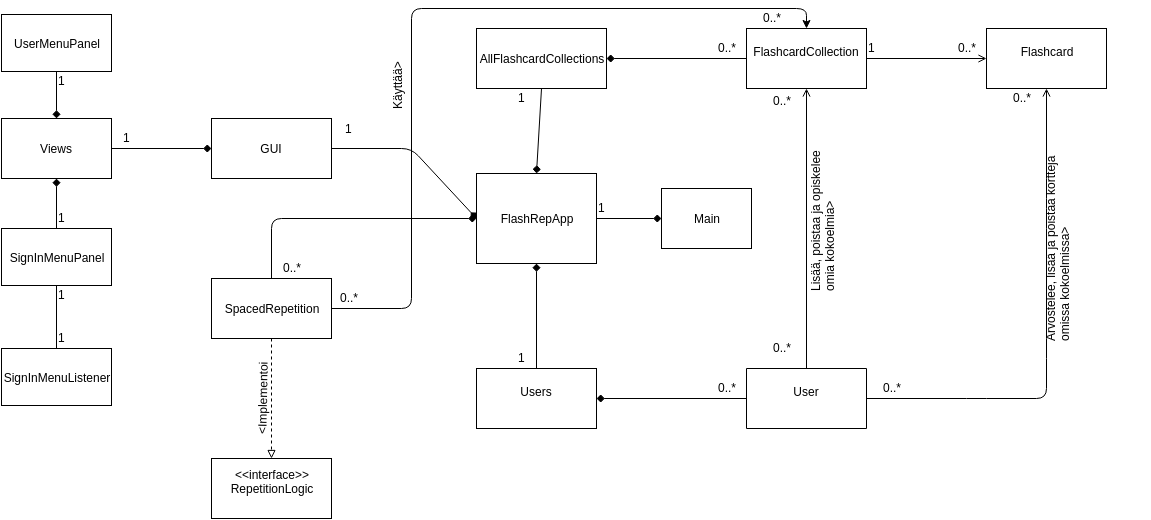
Before: dokumentaatio/MaarittelyvaiheenLuokkakaavio.png, a diagram exported from draw.io (RIR/FlashRep). Source tidied: cells renumbered, new cells last; positions are measured from the earlier drawing's top-left corner, leaving out a move shared by most shapes.
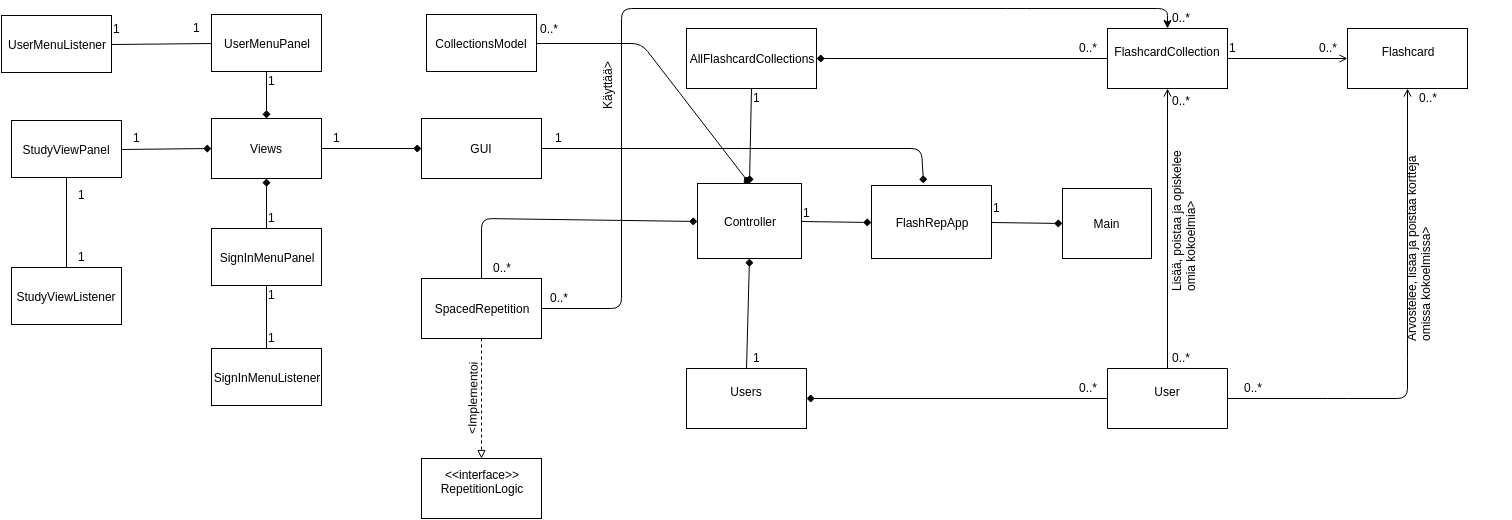
Later version of the same file.

Change to the diagram source:
```diff
@@ -8,6 +8,7 @@
     <mxCell id="3" style="edgeStyle=none;html=1;exitX=0.5;exitY=0;entryX=1;entryY=0.5;startArrow=classic;startFill=1;endArrow=none;endFill=0;strokeColor=#000000;" parent="1" edge="1" source="4" target="34">
       <mxGeometry relative="1" as="geometry">
         <Array as="points">
+          <mxPoint x="956" />
           <mxPoint x="805" />
           <mxPoint x="410" />
           <mxPoint x="410" y="300" />
@@ -15,20 +16,20 @@
       </mxGeometry>
     </mxCell>
     <mxCell id="4" value="FlashcardCollection&lt;div&gt;&lt;br&gt;&lt;/div&gt;" style="whiteSpace=wrap;html=1;" parent="1" vertex="1">
-      <mxGeometry x="745" y="20" width="120" height="60" as="geometry" />
+      <mxGeometry x="896" y="20" width="120" height="60" as="geometry" />
     </mxCell>
     <mxCell id="5" value="Flashcard&lt;div&gt;&lt;br&gt;&lt;/div&gt;" style="whiteSpace=wrap;html=1;" parent="1" vertex="1">
-      <mxGeometry x="985" y="20" width="120" height="60" as="geometry" />
+      <mxGeometry x="1136" y="20" width="120" height="60" as="geometry" />
     </mxCell>
     <mxCell id="6" style="edgeStyle=none;html=1;entryX=0.5;entryY=1;startFill=0;endArrow=open;endFill=0;" parent="1" edge="1" target="5">
       <mxGeometry relative="1" as="geometry">
-        <mxPoint x="865" y="390" as="sourcePoint" />
+        <mxPoint x="1016" y="390" as="sourcePoint" />
         <Array as="points">
-          <mxPoint x="975" y="390" />
-          <mxPoint x="1045" y="390" />
-          <mxPoint x="1045" y="340" />
-          <mxPoint x="1045" y="210" />
-          <mxPoint x="1045" y="180" />
+          <mxPoint x="1126" y="390" />
+          <mxPoint x="1196" y="390" />
+          <mxPoint x="1196" y="340" />
+          <mxPoint x="1196" y="210" />
+          <mxPoint x="1196" y="180" />
         </Array>
       </mxGeometry>
     </mxCell>
@@ -36,7 +37,7 @@
       <mxGeometry relative="1" as="geometry" />
     </mxCell>
     <mxCell id="8" value="User&lt;div&gt;&lt;br&gt;&lt;/div&gt;" style="whiteSpace=wrap;html=1;direction=west;" parent="1" vertex="1">
-      <mxGeometry x="745" y="360" width="120" height="60" as="geometry" />
+      <mxGeometry x="896" y="360" width="120" height="60" as="geometry" />
     </mxCell>
     <mxCell id="9" style="edgeStyle=none;html=1;exitX=1;exitY=0.5;startFill=1;endArrow=none;endFill=0;startArrow=diamond;" parent="1" edge="1" source="10" target="8">
       <mxGeometry relative="1" as="geometry" />
@@ -49,68 +50,71 @@
     </mxCell>
     <mxCell id="12" style="endArrow=none;html=1;strokeColor=#000000;startArrow=none;startFill=0;endFill=0;exitX=1;exitY=0.5;entryX=0;entryY=0.5;" parent="1" edge="1" target="4">
       <mxGeometry relative="1" as="geometry">
-        <mxPoint x="744.9" y="49.9" as="sourcePoint" />
+        <mxPoint x="895.9" y="49.9" as="sourcePoint" />
       </mxGeometry>
     </mxCell>
-    <mxCell id="13" style="endArrow=none;html=1;strokeColor=#000000;startArrow=diamond;startFill=1;endFill=0;exitX=1;exitY=0.5;" parent="1" edge="1" source="11">
-      <mxGeometry relative="1" as="geometry">
-        <mxPoint x="745" y="50" as="targetPoint" />
-      </mxGeometry>
+    <mxCell id="13" style="endArrow=none;html=1;strokeColor=#000000;startArrow=diamond;startFill=1;endFill=0;exitX=1;exitY=0.5;" parent="1" edge="1" source="11" target="4">
+      <mxGeometry relative="1" as="geometry" />
     </mxCell>
     <mxCell id="14" value="0..*" style="text;html=1;align=left;verticalAlign=top;spacingTop=-4;" parent="1" vertex="1">
-      <mxGeometry x="715" y="30" width="30" height="20" as="geometry" />
+      <mxGeometry x="866" y="30" width="30" height="20" as="geometry" />
     </mxCell>
     <mxCell id="15" value="1" style="text;html=1;align=left;verticalAlign=top;spacingTop=-4;" parent="1" vertex="1">
-      <mxGeometry x="865" y="30" width="20" height="20" as="geometry" />
+      <mxGeometry x="1016" y="30" width="20" height="20" as="geometry" />
     </mxCell>
     <mxCell id="16" value="0..*" style="text;html=1;align=left;verticalAlign=top;spacingTop=-4;" parent="1" vertex="1">
-      <mxGeometry x="955" y="30" width="30" height="20" as="geometry" />
+      <mxGeometry x="1106" y="30" width="30" height="20" as="geometry" />
     </mxCell>
     <mxCell id="17" value="&lt;span&gt;Arvostelee, lisää ja poistaa kortteja&lt;/span&gt;&lt;div&gt;&lt;span&gt;omissa kokoelmissa&amp;gt;&lt;/span&gt;&lt;/div&gt;" style="text;html=1;align=left;verticalAlign=top;spacingTop=-4;rotation=-90;" parent="1" vertex="1">
-      <mxGeometry x="955" y="220" width="200" height="30" as="geometry" />
+      <mxGeometry x="1106" y="220" width="200" height="30" as="geometry" />
     </mxCell>
     <mxCell id="18" value="0..*" style="text;html=1;align=left;verticalAlign=top;spacingTop=-4;" parent="1" vertex="1">
-      <mxGeometry x="1010" y="80" width="30" height="20" as="geometry" />
+      <mxGeometry x="1206" y="80" width="30" height="20" as="geometry" />
     </mxCell>
     <mxCell id="19" value="0..*" style="text;html=1;align=left;verticalAlign=top;spacingTop=-4;" parent="1" vertex="1">
-      <mxGeometry x="880" y="370" width="30" height="20" as="geometry" />
+      <mxGeometry x="1031" y="370" width="30" height="20" as="geometry" />
     </mxCell>
     <mxCell id="20" style="edgeStyle=none;html=1;startFill=0;endArrow=none;endFill=0;exitX=0;exitY=0.5;" parent="1" edge="1" source="8">
       <mxGeometry relative="1" as="geometry">
-        <mxPoint x="865" y="390" as="targetPoint" />
+        <mxPoint x="1016" y="390" as="targetPoint" />
       </mxGeometry>
     </mxCell>
     <mxCell id="21" value="0..*" style="text;html=1;align=left;verticalAlign=top;spacingTop=-4;rotation=0;" parent="1" vertex="1">
-      <mxGeometry x="715" y="370" width="30" height="20" as="geometry" />
+      <mxGeometry x="866" y="370" width="30" height="20" as="geometry" />
     </mxCell>
-    <mxCell id="22" style="edgeStyle=none;html=1;exitX=0.5;exitY=1;entryX=0.5;entryY=0;startFill=1;endArrow=none;endFill=0;startArrow=diamond;" parent="1" edge="1" source="26" target="10">
+    <mxCell id="22" style="edgeStyle=none;html=1;exitX=0.5;exitY=1;entryX=0.5;entryY=0;startFill=1;endArrow=none;endFill=0;startArrow=diamond;" parent="1" edge="1" source="71" target="10">
       <mxGeometry relative="1" as="geometry" />
     </mxCell>
-    <mxCell id="23" style="edgeStyle=none;html=1;exitX=0.5;exitY=0;entryX=0.5;entryY=1;startFill=1;endArrow=none;endFill=0;startArrow=diamond;" parent="1" edge="1" source="26" target="11">
+    <mxCell id="23" style="edgeStyle=none;html=1;exitX=0.5;exitY=0;entryX=0.5;entryY=1;startFill=1;endArrow=none;endFill=0;startArrow=diamond;" parent="1" edge="1" source="71" target="11">
       <mxGeometry relative="1" as="geometry" />
     </mxCell>
-    <mxCell id="24" style="edgeStyle=none;html=1;exitX=0;exitY=0.5;entryX=1;entryY=0.5;startArrow=diamond;startFill=1;endArrow=none;endFill=0;strokeColor=#000000;" parent="1" edge="1" source="26" target="30">
+    <mxCell id="24" style="edgeStyle=none;html=1;exitX=0.433;exitY=-0.027;entryX=1;entryY=0.5;startArrow=diamond;startFill=1;endArrow=none;endFill=0;strokeColor=#000000;exitPerimeter=0;" parent="1" edge="1" source="26" target="30">
       <mxGeometry relative="1" as="geometry">
         <Array as="points">
+          <mxPoint x="710" y="140" />
+          <mxPoint x="540" y="140" />
           <mxPoint x="410" y="140" />
         </Array>
       </mxGeometry>
     </mxCell>
-    <mxCell id="25" style="edgeStyle=none;html=1;exitX=0;exitY=0.5;entryX=0.5;entryY=0;startArrow=diamond;startFill=1;endArrow=none;endFill=0;strokeColor=#000000;" parent="1" edge="1" source="26" target="34">
+    <mxCell id="25" style="edgeStyle=none;html=1;exitX=0;exitY=0.5;entryX=0.5;entryY=0;startArrow=diamond;startFill=1;endArrow=none;endFill=0;strokeColor=#000000;" parent="1" edge="1" source="71" target="34">
       <mxGeometry relative="1" as="geometry">
         <Array as="points">
           <mxPoint x="270" y="210" />
         </Array>
       </mxGeometry>
     </mxCell>
+    <mxCell id="58" style="edgeStyle=none;html=1;exitX=0;exitY=0.5;entryX=1;entryY=0.5;startArrow=diamond;startFill=1;endArrow=none;endFill=0;strokeColor=#000000;" parent="1" edge="1" source="26" target="71">
+      <mxGeometry relative="1" as="geometry" />
+    </mxCell>
     <mxCell id="26" value="FlashRepApp" style="whiteSpace=wrap;html=1;" parent="1" vertex="1">
-      <mxGeometry x="475" y="165" width="120" height="90" as="geometry" />
+      <mxGeometry x="660" y="177" width="120" height="73" as="geometry" />
     </mxCell>
     <mxCell id="27" value="1" style="text;html=1;align=left;verticalAlign=top;spacingTop=-4;rotation=0;" parent="1" vertex="1">
-      <mxGeometry x="515" y="340" width="20" height="20" as="geometry" />
+      <mxGeometry x="540" y="340" width="20" height="20" as="geometry" />
     </mxCell>
     <mxCell id="28" value="1&lt;div&gt;&lt;br&gt;&lt;/div&gt;" style="text;html=1;align=left;verticalAlign=top;spacingTop=-4;rotation=0;" parent="1" vertex="1">
-      <mxGeometry x="515" y="80" width="20" height="30" as="geometry" />
+      <mxGeometry x="540" y="80" width="20" height="30" as="geometry" />
     </mxCell>
     <mxCell id="29" style="edgeStyle=none;html=1;exitX=0;exitY=0.5;entryX=1;entryY=0.5;startArrow=diamond;startFill=1;endArrow=none;endFill=0;strokeColor=#000000;" parent="1" edge="1" source="30" target="43">
       <mxGeometry relative="1" as="geometry" />
@@ -119,7 +123,7 @@
       <mxGeometry x="210" y="110" width="120" height="60" as="geometry" />
     </mxCell>
     <mxCell id="31" value="1" style="text;html=1;align=left;verticalAlign=top;spacingTop=-4;" parent="1" vertex="1">
-      <mxGeometry x="342" y="111" width="20" height="20" as="geometry" />
+      <mxGeometry x="342" y="120" width="20" height="20" as="geometry" />
     </mxCell>
     <mxCell id="32" style="edgeStyle=none;html=1;exitX=0.5;exitY=1;entryX=0.5;entryY=0;startArrow=none;startFill=0;endArrow=block;endFill=0;strokeColor=#000000;dashed=1;" parent="1" edge="1" source="34" target="35">
       <mxGeometry relative="1" as="geometry" />
@@ -139,7 +143,7 @@
       <mxGeometry x="280" y="250" width="30" height="30" as="geometry" />
     </mxCell>
     <mxCell id="37" value="0..*" style="text;html=1;align=left;verticalAlign=top;spacingTop=-4;" parent="1" vertex="1">
-      <mxGeometry x="760" width="30" height="20" as="geometry" />
+      <mxGeometry x="959" width="30" height="20" as="geometry" />
     </mxCell>
     <mxCell id="38" value="0..*" style="text;html=1;align=left;verticalAlign=top;spacingTop=-4;" parent="1" vertex="1">
       <mxGeometry x="337" y="280" width="30" height="20" as="geometry" />
@@ -148,13 +152,13 @@
       <mxGeometry x="367" y="63" width="60" height="20" as="geometry" />
     </mxCell>
     <mxCell id="40" value="&lt;span&gt;Lisää, poistaa ja opiskelee&amp;nbsp;&lt;/span&gt;&lt;div&gt;&lt;span&gt;omia kokoelmia&amp;gt;&lt;/span&gt;&lt;/div&gt;" style="text;html=1;align=left;verticalAlign=top;spacingTop=-4;rotation=-90;" parent="1" vertex="1">
-      <mxGeometry x="740" y="190" width="160" height="30" as="geometry" />
+      <mxGeometry x="891" y="190" width="160" height="30" as="geometry" />
     </mxCell>
     <mxCell id="41" value="0..*" style="text;html=1;align=left;verticalAlign=top;spacingTop=-4;" parent="1" vertex="1">
-      <mxGeometry x="770" y="330" width="30" height="20" as="geometry" />
+      <mxGeometry x="959" y="340" width="30" height="20" as="geometry" />
     </mxCell>
     <mxCell id="42" value="0..*" style="text;html=1;align=left;verticalAlign=top;spacingTop=-4;" parent="1" vertex="1">
-      <mxGeometry x="770" y="83" width="30" height="20" as="geometry" />
+      <mxGeometry x="959" y="83" width="30" height="20" as="geometry" />
     </mxCell>
     <mxCell id="43" value="Views" style="whiteSpace=wrap;html=1;" parent="1" vertex="1">
       <mxGeometry y="110" width="110" height="60" as="geometry" />
@@ -196,10 +200,62 @@
       <mxGeometry relative="1" as="geometry" />
     </mxCell>
     <mxCell id="56" value="Main" style="whiteSpace=wrap;html=1;" parent="1" vertex="1">
-      <mxGeometry x="660" y="180" width="90" height="60" as="geometry" />
+      <mxGeometry x="851" y="180" width="89" height="70" as="geometry" />
     </mxCell>
     <mxCell id="57" value="1" style="text;html=1;align=left;verticalAlign=top;spacingTop=-4;rotation=0;" parent="1" vertex="1">
-      <mxGeometry x="595" y="190" width="20" height="20" as="geometry" />
+      <mxGeometry x="780" y="190" width="20" height="20" as="geometry" />
     </mxCell>
+    <mxCell id="59" style="edgeStyle=none;html=1;exitX=1;exitY=0.5;startArrow=none;startFill=0;endArrow=none;endFill=0;strokeColor=#000000;" parent="1" edge="1" source="60" target="45">
+      <mxGeometry relative="1" as="geometry" />
+    </mxCell>
+    <mxCell id="60" value="UserMenuListener" style="whiteSpace=wrap;html=1;" parent="1" vertex="1">
+      <mxGeometry x="-210" y="7" width="110" height="57" as="geometry" />
+    </mxCell>
+    <mxCell id="61" value="1&lt;div&gt;&lt;br&gt;&lt;/div&gt;" style="text;html=1;align=left;verticalAlign=top;spacingTop=-4;" parent="1" vertex="1">
+      <mxGeometry x="-20" y="10" width="20" height="30" as="geometry" />
+    </mxCell>
+    <mxCell id="62" value="1&lt;div&gt;&lt;br&gt;&lt;/div&gt;" style="text;html=1;align=left;verticalAlign=top;spacingTop=-4;" parent="1" vertex="1">
+      <mxGeometry x="-100" y="11" width="20" height="30" as="geometry" />
+    </mxCell>
+    <mxCell id="63" value="StudyViewPanel" style="whiteSpace=wrap;html=1;" parent="1" vertex="1">
+      <mxGeometry x="-200" y="112" width="110" height="57" as="geometry" />
+    </mxCell>
+    <mxCell id="64" value="StudyViewListener" style="whiteSpace=wrap;html=1;" parent="1" vertex="1">
+      <mxGeometry x="-200" y="259" width="110" height="57" as="geometry" />
+    </mxCell>
+    <mxCell id="65" value="1" style="text;html=1;align=left;verticalAlign=top;spacingTop=-4;" parent="1" vertex="1">
+      <mxGeometry x="-135" y="239" width="20" height="20" as="geometry" />
+    </mxCell>
+    <mxCell id="66" style="edgeStyle=none;html=1;exitX=0.5;exitY=0;entryX=0.5;entryY=1;startArrow=none;startFill=0;endArrow=none;endFill=0;strokeColor=#000000;" parent="1" edge="1" source="64" target="63">
+      <mxGeometry relative="1" as="geometry" />
+    </mxCell>
+    <mxCell id="67" value="1" style="text;html=1;align=left;verticalAlign=top;spacingTop=-4;" parent="1" vertex="1">
+      <mxGeometry x="-135" y="177" width="20" height="20" as="geometry" />
+    </mxCell>
+    <mxCell id="68" style="edgeStyle=none;html=1;exitX=0;exitY=0.5;entryX=1;entryY=0.5;startArrow=diamond;startFill=1;endArrow=none;endFill=0;strokeColor=#000000;" parent="1" edge="1" source="43" target="63">
+      <mxGeometry relative="1" as="geometry" />
+    </mxCell>
+    <mxCell id="69" value="1" style="text;html=1;align=left;verticalAlign=top;spacingTop=-4;" parent="1" vertex="1">
+      <mxGeometry x="-80" y="120" width="20" height="20" as="geometry" />
+    </mxCell>
+    <mxCell id="70" style="edgeStyle=none;html=1;exitX=0.5;exitY=0;entryX=1;entryY=0.5;startArrow=diamond;startFill=1;endArrow=none;endFill=0;strokeColor=#000000;" parent="1" edge="1" source="71" target="73">
+      <mxGeometry relative="1" as="geometry">
+        <Array as="points">
+          <mxPoint x="430" y="35" />
+        </Array>
+      </mxGeometry>
+    </mxCell>
+    <mxCell id="71" value="Controller" style="whiteSpace=wrap;html=1;" parent="1" vertex="1">
+      <mxGeometry x="486" y="175" width="104" height="75" as="geometry" />
+    </mxCell>
+    <mxCell id="72" value="1" style="text;html=1;align=left;verticalAlign=top;spacingTop=-4;" parent="1" vertex="1">
+      <mxGeometry x="590" y="195" width="20" height="20" as="geometry" />
+    </mxCell>
+    <mxCell id="73" value="CollectionsModel" style="whiteSpace=wrap;html=1;" parent="1" vertex="1">
+      <mxGeometry x="215" y="6" width="110" height="57" as="geometry" />
+    </mxCell>
+    <mxCell id="74" value="0..*" style="text;html=1;align=left;verticalAlign=top;spacingTop=-4;" parent="1" vertex="1">
+      <mxGeometry x="327" y="11" width="30" height="20" as="geometry" />
+    </mxCell>
   </root>
 </mxGraphModel>
```
